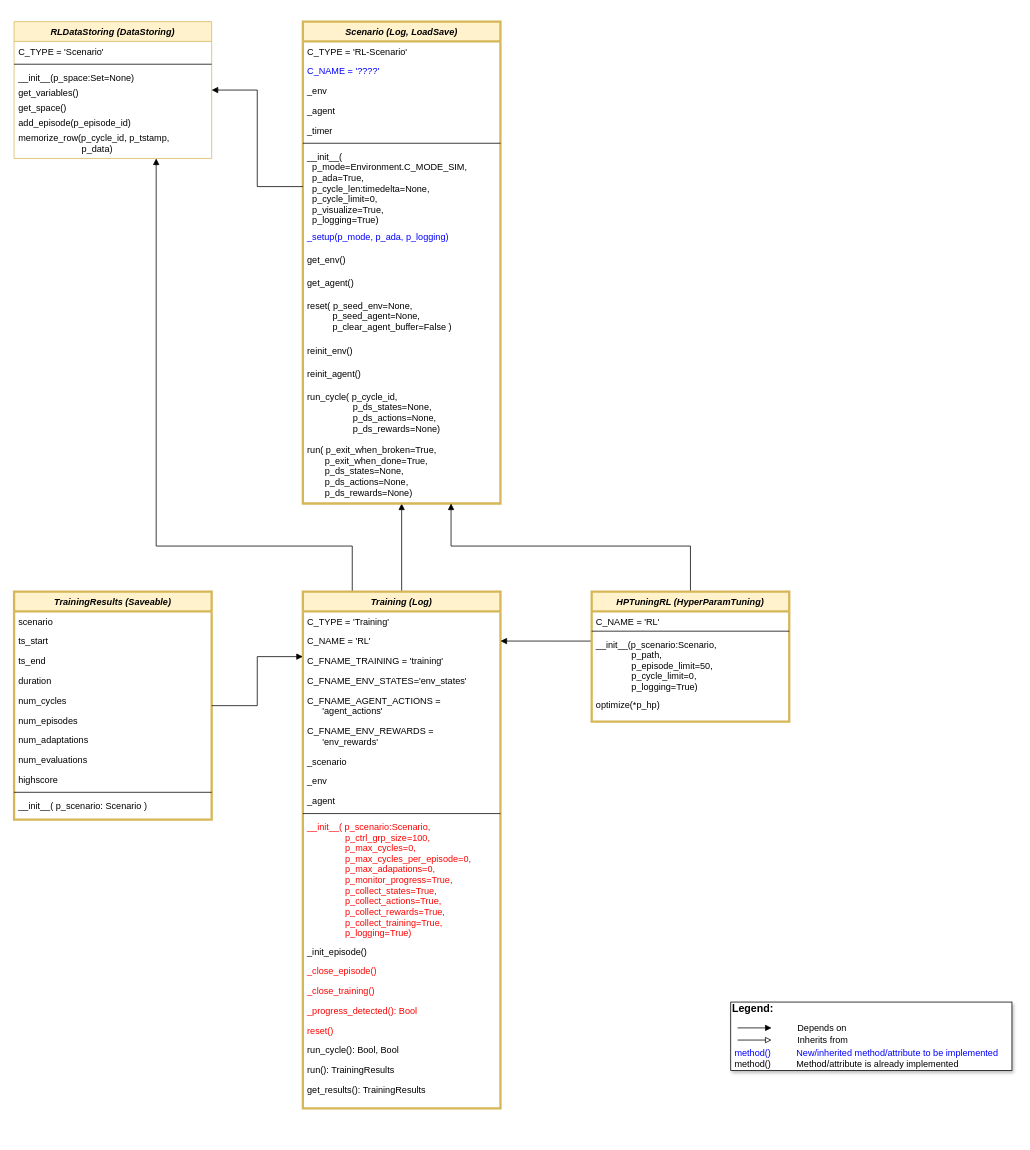
Above: doc/rl/04 run and train/MLPro-RL-Train class diagram.drawio in fhswf/MLPro (draw.io), before the change. Source tidied: cells renumbered, new cells numbered last; positions are measured from the earlier drawing's top-left corner, leaving out a move shared by most shapes. Both pictures are drawn from the tidied source at 76%, with x=0, y=0 at pixel (14, 21).
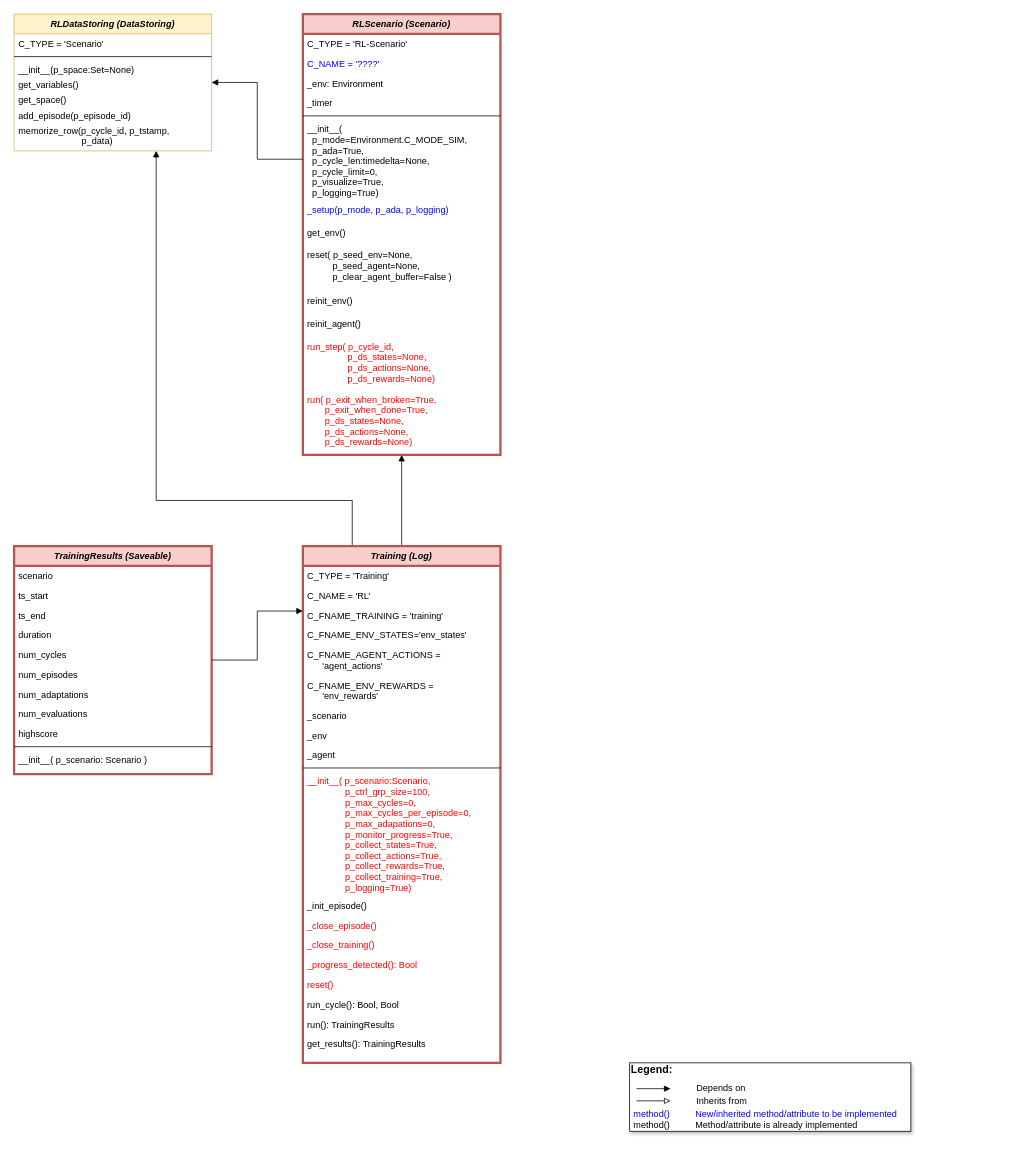
The same diagram, later.

Unchanged cells that the change refers to:
```xml
<mxCell id="6" value="C_NAME = 'RL'" style="text;align=left;verticalAlign=top;spacingLeft=4;spacingRight=4;overflow=hidden;points=[[0,0.5],[1,0.5]];portConstraint=eastwest;" parent="4" vertex="1">
  <mxGeometry y="52" width="260" height="26" as="geometry" />
</mxCell>
```

The edit, as a diff of the source:
```diff
@@
     <mxCell id="3" style="edgeStyle=orthogonalEdgeStyle;rounded=0;jettySize=auto;html=1;endArrow=block;endFill=1;exitX=0.25;exitY=0;exitDx=0;exitDy=0;" parent="1" edge="1" source="4" target="44">
       <mxGeometry relative="1" as="geometry">
         <Array as="points">
-          <mxPoint x="445" y="690" />
-          <mxPoint x="187" y="690" />
+          <mxPoint x="445" y="630" />
+          <mxPoint x="187" y="630" />
         </Array>
       </mxGeometry>
     </mxCell>
-    <mxCell id="4" value="Training (Log)" style="swimlane;fontStyle=3;align=center;verticalAlign=top;horizontal=1;startSize=26;rounded=0;shadow=0;strokeWidth=3;fillColor=#fff2cc;strokeColor=#d6b656;" parent="1" vertex="1">
-      <mxGeometry x="380" y="750" width="260" height="680" as="geometry" />
+    <mxCell id="4" value="Training (Log)" style="swimlane;fontStyle=3;align=center;verticalAlign=top;horizontal=1;startSize=26;rounded=0;shadow=0;strokeWidth=3;fillColor=#f8cecc;strokeColor=#b85450;" parent="1" vertex="1">
+      <mxGeometry x="380" y="690" width="260" height="680" as="geometry" />
     </mxCell>
@@
-    <mxCell id="24" value="Scenario (Log, LoadSave)" style="swimlane;fontStyle=3;align=center;verticalAlign=top;horizontal=1;startSize=26;rounded=0;shadow=0;strokeWidth=3;fillColor=#fff2cc;strokeColor=#d6b656;" parent="1" vertex="1">
-      <mxGeometry x="380" width="260" height="634" as="geometry" />
+    <mxCell id="24" value="RLScenario (Scenario)" style="swimlane;fontStyle=3;align=center;verticalAlign=top;horizontal=1;startSize=26;rounded=0;shadow=0;strokeWidth=3;fillColor=#f8cecc;strokeColor=#b85450;" parent="1" vertex="1">
+      <mxGeometry x="380" y="-10" width="260" height="580" as="geometry" />
     </mxCell>
@@
-    <mxCell id="27" value="_env" style="text;align=left;verticalAlign=top;spacingLeft=4;spacingRight=4;overflow=hidden;" parent="24" vertex="1">
+    <mxCell id="27" value="_env: Environment" style="text;align=left;verticalAlign=top;spacingLeft=4;spacingRight=4;overflow=hidden;" parent="24" vertex="1">
       <mxGeometry y="78" width="260" height="26" as="geometry" />
     </mxCell>
-    <mxCell id="28" value="_agent" style="text;align=left;verticalAlign=top;spacingLeft=4;spacingRight=4;overflow=hidden;" parent="24" vertex="1">
-      <mxGeometry y="104" width="260" height="26" as="geometry" />
-    </mxCell>
     <mxCell id="29" value="_timer" style="text;align=left;verticalAlign=top;spacingLeft=4;spacingRight=4;overflow=hidden;" parent="24" vertex="1">
-      <mxGeometry y="130" width="260" height="26" as="geometry" />
+      <mxGeometry y="104" width="260" height="26" as="geometry" />
     </mxCell>
     <mxCell id="30" style="line;html=1;strokeWidth=1;align=left;verticalAlign=middle;spacingTop=-1;spacingLeft=3;spacingRight=3;labelPosition=right;" parent="24" vertex="1">
-      <mxGeometry y="156" width="260" height="8" as="geometry" />
+      <mxGeometry y="130" width="260" height="8" as="geometry" />
     </mxCell>
     <mxCell id="31" value="__init__(&#10;  p_mode=Environment.C_MODE_SIM,&#10;  p_ada=True, &#10;  p_cycle_len:timedelta=None,&#10;  p_cycle_limit=0,&#10;  p_visualize=True,&#10;  p_logging=True)" style="text;align=left;verticalAlign=top;spacingLeft=4;spacingRight=4;overflow=hidden;points=[[0,0.5],[1,0.5]];portConstraint=eastwest;" parent="24" vertex="1">
-      <mxGeometry y="164" width="260" height="106" as="geometry" />
+      <mxGeometry y="138" width="260" height="106" as="geometry" />
     </mxCell>
     <mxCell id="32" value="_setup(p_mode, p_ada, p_logging)" style="text;align=left;verticalAlign=top;spacingLeft=4;spacingRight=4;overflow=hidden;fontColor=#0000FF;" parent="24" vertex="1">
-      <mxGeometry y="270" width="260" height="30" as="geometry" />
+      <mxGeometry y="244" width="260" height="30" as="geometry" />
     </mxCell>
     <mxCell id="33" value="get_env()" style="text;align=left;verticalAlign=top;spacingLeft=4;spacingRight=4;overflow=hidden;" parent="24" vertex="1">
-      <mxGeometry y="300" width="260" height="30" as="geometry" />
+      <mxGeometry y="274" width="260" height="30" as="geometry" />
     </mxCell>
-    <mxCell id="34" value="get_agent()" style="text;align=left;verticalAlign=top;spacingLeft=4;spacingRight=4;overflow=hidden;" parent="24" vertex="1">
-      <mxGeometry y="330" width="260" height="30" as="geometry" />
-    </mxCell>
     <mxCell id="35" value="reset( p_seed_env=None, &#10;          p_seed_agent=None,&#10;          p_clear_agent_buffer=False )" style="text;align=left;verticalAlign=top;spacingLeft=4;spacingRight=4;overflow=hidden;" parent="24" vertex="1">
-      <mxGeometry y="360" width="260" height="60" as="geometry" />
+      <mxGeometry y="304" width="260" height="60" as="geometry" />
     </mxCell>
     <mxCell id="36" value="reinit_env()" style="text;align=left;verticalAlign=top;spacingLeft=4;spacingRight=4;overflow=hidden;" parent="24" vertex="1">
-      <mxGeometry y="420" width="260" height="30" as="geometry" />
+      <mxGeometry y="364" width="260" height="30" as="geometry" />
     </mxCell>
     <mxCell id="37" value="reinit_agent()" style="text;align=left;verticalAlign=top;spacingLeft=4;spacingRight=4;overflow=hidden;" parent="24" vertex="1">
-      <mxGeometry y="450" width="260" height="30" as="geometry" />
+      <mxGeometry y="394" width="260" height="30" as="geometry" />
     </mxCell>
-    <mxCell id="38" value="run_cycle( p_cycle_id,&#10;                  p_ds_states=None,&#10;                  p_ds_actions=None,&#10;                  p_ds_rewards=None)" style="text;align=left;verticalAlign=top;spacingLeft=4;spacingRight=4;overflow=hidden;" parent="24" vertex="1">
-      <mxGeometry y="480" width="260" height="70" as="geometry" />
+    <mxCell id="38" value="run_step( p_cycle_id,&#10;                p_ds_states=None,&#10;                p_ds_actions=None,&#10;                p_ds_rewards=None)" style="text;align=left;verticalAlign=top;spacingLeft=4;spacingRight=4;overflow=hidden;fontColor=#FF0000;" parent="24" vertex="1">
+      <mxGeometry y="424" width="260" height="70" as="geometry" />
     </mxCell>
-    <mxCell id="39" value="run( p_exit_when_broken=True,&#10;       p_exit_when_done=True,&#10;       p_ds_states=None,&#10;       p_ds_actions=None,&#10;       p_ds_rewards=None)" style="text;align=left;verticalAlign=top;spacingLeft=4;spacingRight=4;overflow=hidden;" parent="24" vertex="1">
-      <mxGeometry y="550" width="260" height="84" as="geometry" />
+    <mxCell id="39" value="run( p_exit_when_broken=True,&#10;       p_exit_when_done=True,&#10;       p_ds_states=None,&#10;       p_ds_actions=None,&#10;       p_ds_rewards=None)" style="text;align=left;verticalAlign=top;spacingLeft=4;spacingRight=4;overflow=hidden;fontColor=#FF0000;" parent="24" vertex="1">
+      <mxGeometry y="494" width="260" height="84" as="geometry" />
     </mxCell>
     <mxCell id="40" style="group;" parent="1" vertex="1">
-      <mxGeometry x="943" y="1290" width="370" height="90" as="geometry" />
+      <mxGeometry x="810" y="1370" width="370" height="90" as="geometry" />
     </mxCell>
@@
     <mxCell id="44" value="RLDataStoring (DataStoring)" style="swimlane;fontStyle=3;align=center;verticalAlign=top;horizontal=1;startSize=26;rounded=0;shadow=0;strokeWidth=1;fillColor=#fff2cc;strokeColor=#d6b656;" parent="1" vertex="1">
-      <mxGeometry width="260" height="180" as="geometry" />
+      <mxGeometry y="-10" width="260" height="180" as="geometry" />
     </mxCell>
@@
-    <mxCell id="53" style="edgeStyle=orthogonalEdgeStyle;rounded=0;jettySize=auto;html=1;entryX=1;entryY=0.5;entryDx=0;entryDy=0;exitX=0;exitY=0.113;exitDx=0;exitDy=0;exitPerimeter=0;endArrow=block;endFill=1;" parent="1" edge="1" source="58" target="6">
-      <mxGeometry relative="1" as="geometry" />
-    </mxCell>
-    <mxCell id="54" style="edgeStyle=orthogonalEdgeStyle;rounded=0;jettySize=auto;html=1;entryX=0.75;entryY=1;entryDx=0;entryDy=0;exitX=0.5;exitY=0;exitDx=0;exitDy=0;endArrow=block;endFill=1;" parent="1" edge="1" source="55" target="24">
-      <mxGeometry relative="1" as="geometry">
-        <Array as="points">
-          <mxPoint x="890" y="690" />
-          <mxPoint x="575" y="690" />
-        </Array>
-      </mxGeometry>
-    </mxCell>
-    <mxCell id="55" value="HPTuningRL (HyperParamTuning)" style="swimlane;fontStyle=3;align=center;verticalAlign=top;horizontal=1;startSize=26;rounded=0;shadow=0;strokeWidth=3;fillColor=#fff2cc;strokeColor=#d6b656;" parent="1" vertex="1">
-      <mxGeometry x="760" y="750" width="260" height="171" as="geometry" />
-    </mxCell>
-    <mxCell id="56" value="C_NAME = 'RL'" style="text;align=left;verticalAlign=top;spacingLeft=4;spacingRight=4;overflow=hidden;" parent="55" vertex="1">
-      <mxGeometry y="26" width="260" height="22" as="geometry" />
-    </mxCell>
-    <mxCell id="57" style="line;html=1;strokeWidth=1;align=left;verticalAlign=middle;spacingTop=-1;spacingLeft=3;spacingRight=3;labelPosition=right;" parent="55" vertex="1">
-      <mxGeometry y="48" width="260" height="8" as="geometry" />
-    </mxCell>
-    <mxCell id="58" value="__init__(p_scenario:Scenario, &#10;              p_path,&#10;              p_episode_limit=50,&#10;              p_cycle_limit=0, &#10;              p_logging=True)" style="text;align=left;verticalAlign=top;spacingLeft=4;spacingRight=4;overflow=hidden;points=[[0,0.5],[1,0.5]];portConstraint=eastwest;" parent="55" vertex="1">
-      <mxGeometry y="56" width="260" height="80" as="geometry" />
-    </mxCell>
-    <mxCell id="59" value="optimize(*p_hp)" style="text;align=left;verticalAlign=top;spacingLeft=4;spacingRight=4;overflow=hidden;" parent="55" vertex="1">
-      <mxGeometry y="136" width="260" height="26" as="geometry" />
-    </mxCell>
-    <mxCell id="60" value="TrainingResults (Saveable)" style="swimlane;fontStyle=3;align=center;verticalAlign=top;horizontal=1;startSize=26;rounded=0;shadow=0;strokeWidth=3;fillColor=#fff2cc;strokeColor=#d6b656;" parent="1" vertex="1">
-      <mxGeometry y="750" width="260" height="300" as="geometry" />
+    <mxCell id="60" value="TrainingResults (Saveable)" style="swimlane;fontStyle=3;align=center;verticalAlign=top;horizontal=1;startSize=26;rounded=0;shadow=0;strokeWidth=3;fillColor=#f8cecc;strokeColor=#b85450;" parent="1" vertex="1">
+      <mxGeometry y="690" width="260" height="300" as="geometry" />
     </mxCell>
```
